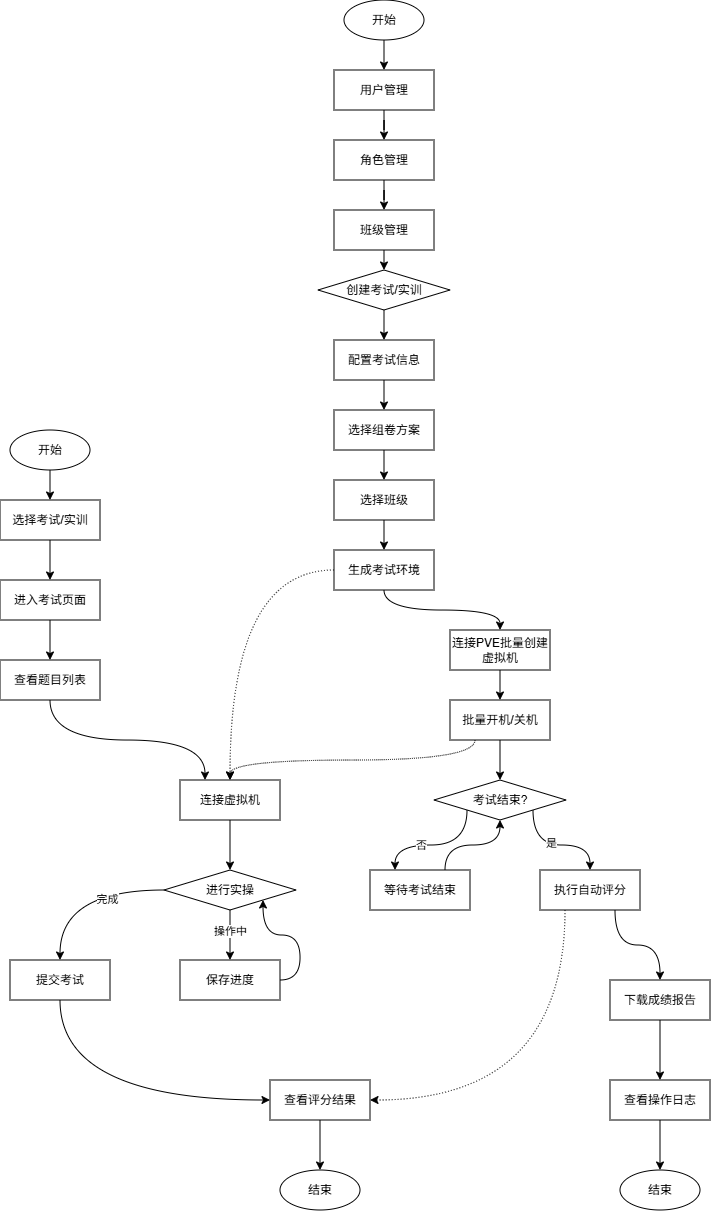
Above: 海盾云实训平台系统信息流程图.png in BlueTeethAC/drowIOWarehouse (draw.io), before the change. Source tidied: cells renumbered, new cells last; positions are measured from the earlier drawing's top-left corner, leaving out a move shared by most shapes.
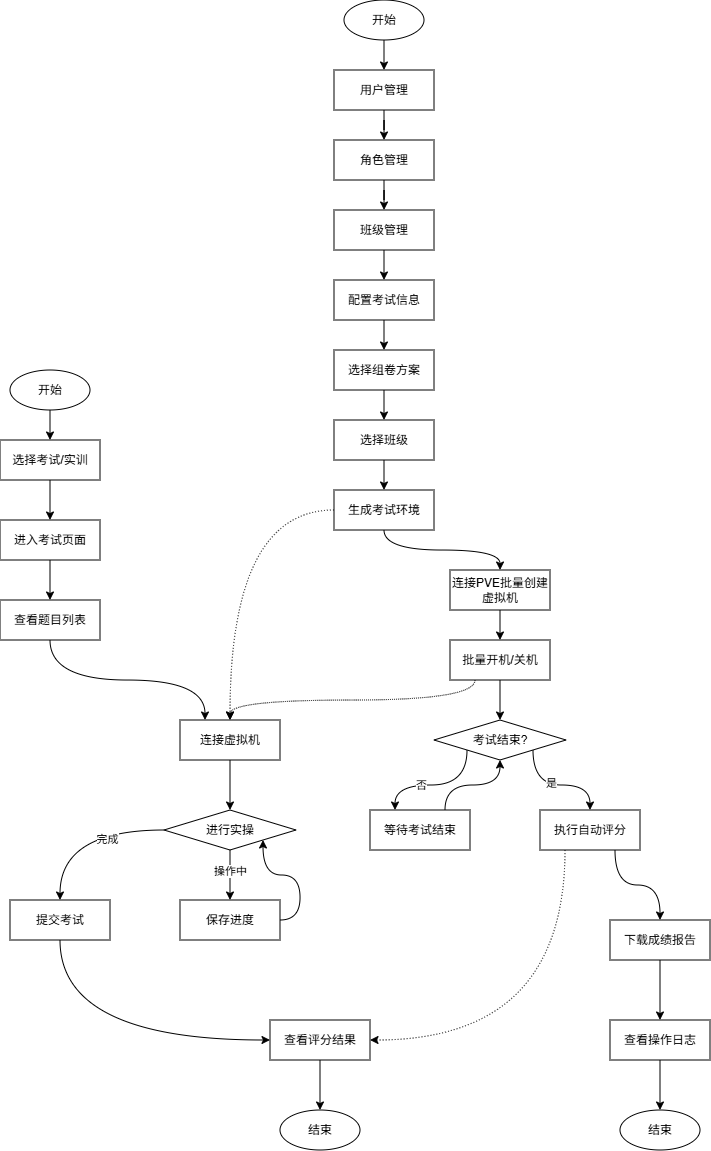
The same file after the commit.

Commit message:
更新海盾云实训平台系统信息流程图.png

Change to the diagram source:
```diff
@@ -6,32 +6,28 @@
       <mxGeometry relative="1" as="geometry" />
     </mxCell>
     <mxCell id="3" value="开始" style="ellipse;whiteSpace=wrap;html=1;" parent="1" vertex="1">
-      <mxGeometry x="344" width="80" height="40" as="geometry" />
+      <mxGeometry x="344" y="60" width="80" height="40" as="geometry" />
     </mxCell>
     <mxCell id="4" style="edgeStyle=orthogonalEdgeStyle;rounded=0;jettySize=auto;html=1;exitX=0.5;exitY=1;exitDx=0;exitDy=0;" parent="1" edge="1" source="5" target="7">
       <mxGeometry relative="1" as="geometry" />
     </mxCell>
     <mxCell id="5" value="用户管理" style="rounded=0;whiteSpace=wrap;html=1;" parent="1" vertex="1">
-      <mxGeometry x="334" y="70" width="100" height="40" as="geometry" />
+      <mxGeometry x="334" y="130" width="100" height="40" as="geometry" />
     </mxCell>
     <mxCell id="6" style="edgeStyle=orthogonalEdgeStyle;rounded=0;jettySize=auto;html=1;exitX=0.5;exitY=1;exitDx=0;exitDy=0;" parent="1" edge="1" source="7" target="9">
       <mxGeometry relative="1" as="geometry" />
     </mxCell>
     <mxCell id="7" value="角色管理" style="rounded=0;whiteSpace=wrap;html=1;" parent="1" vertex="1">
-      <mxGeometry x="334" y="140" width="100" height="40" as="geometry" />
+      <mxGeometry x="334" y="200" width="100" height="40" as="geometry" />
     </mxCell>
-    <mxCell id="8" style="edgeStyle=orthogonalEdgeStyle;rounded=0;jettySize=auto;html=1;exitX=0.5;exitY=1;exitDx=0;exitDy=0;entryX=0.5;entryY=0;entryDx=0;entryDy=0;" parent="1" edge="1" source="9" target="11">
-      <mxGeometry relative="1" as="geometry" />
-    </mxCell>
     <mxCell id="9" value="班级管理" style="rounded=0;whiteSpace=wrap;html=1;" parent="1" vertex="1">
-      <mxGeometry x="334" y="210" width="100" height="40" as="geometry" />
+      <mxGeometry x="334" y="270" width="100" height="40" as="geometry" />
     </mxCell>
-    <mxCell id="10" style="edgeStyle=orthogonalEdgeStyle;rounded=0;jettySize=auto;html=1;exitX=0.5;exitY=1;exitDx=0;exitDy=0;entryX=0.5;entryY=0;entryDx=0;entryDy=0;" parent="1" edge="1" source="11" target="13">
-      <mxGeometry relative="1" as="geometry" />
+    <mxCell id="10" style="edgeStyle=orthogonalEdgeStyle;rounded=0;jettySize=auto;html=1;exitX=0.5;exitY=1;exitDx=0;exitDy=0;entryX=0.5;entryY=0;entryDx=0;entryDy=0;" parent="1" edge="1" target="13">
+      <mxGeometry relative="1" as="geometry">
+        <mxPoint x="384" y="310" as="sourcePoint" />
+      </mxGeometry>
     </mxCell>
-    <mxCell id="11" value="创建考试/实训" style="rhombus;whiteSpace=wrap;html=1;" parent="1" vertex="1">
-      <mxGeometry x="318" y="270" width="132" height="40" as="geometry" />
-    </mxCell>
     <mxCell id="12" style="edgeStyle=orthogonalEdgeStyle;rounded=0;jettySize=auto;html=1;exitX=0.5;exitY=1;exitDx=0;exitDy=0;entryX=0.5;entryY=0;entryDx=0;entryDy=0;" parent="1" edge="1" source="13" target="15">
       <mxGeometry relative="1" as="geometry" />
     </mxCell>
```
